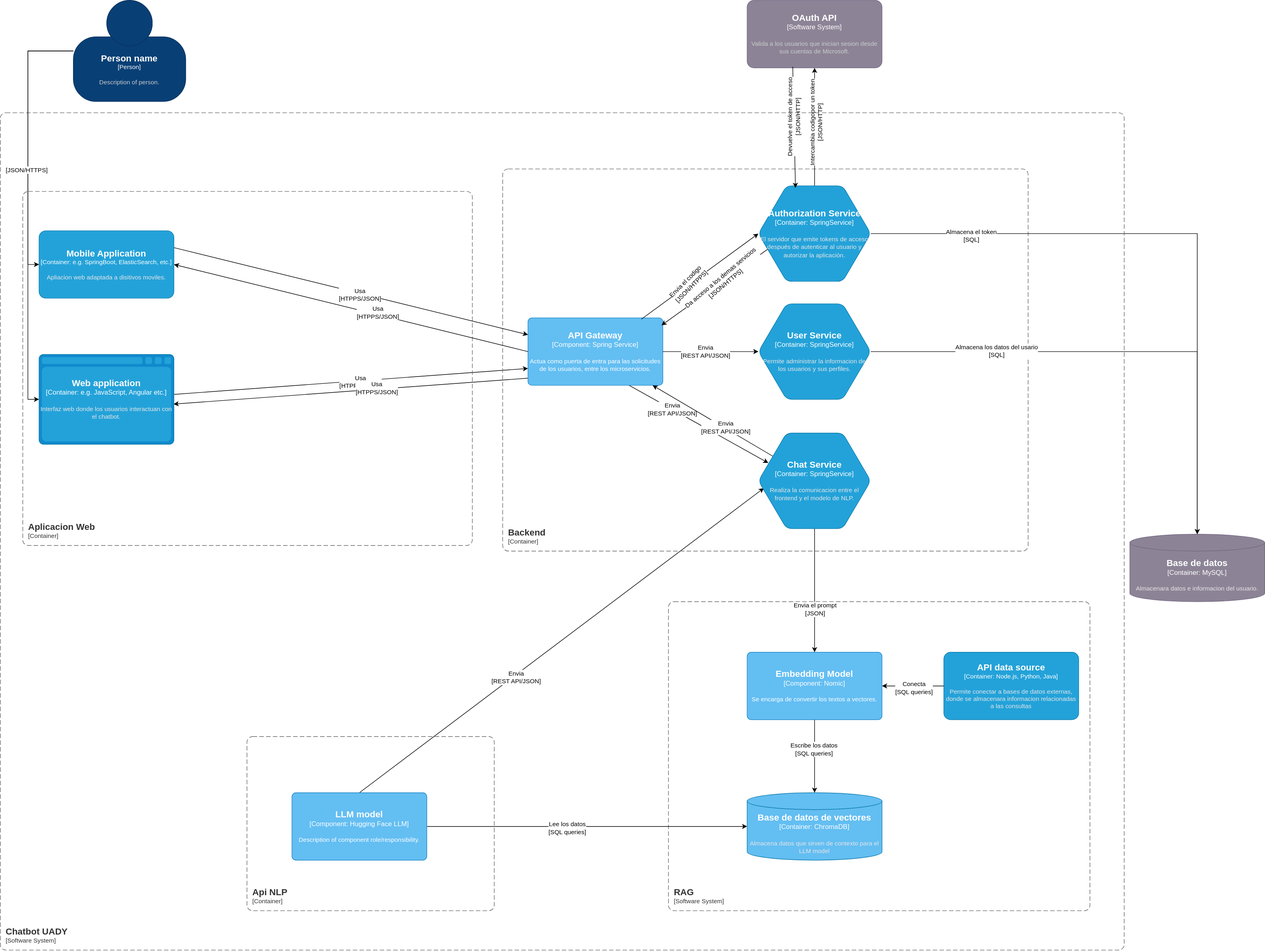
Before: c3 v2.drawio.svg, a diagram exported from draw.io (diego-islas8/Proyecto-FIS). Source tidied: cells renumbered, new cells last; positions are measured from the earlier drawing's top-left corner, leaving out a move shared by most shapes.
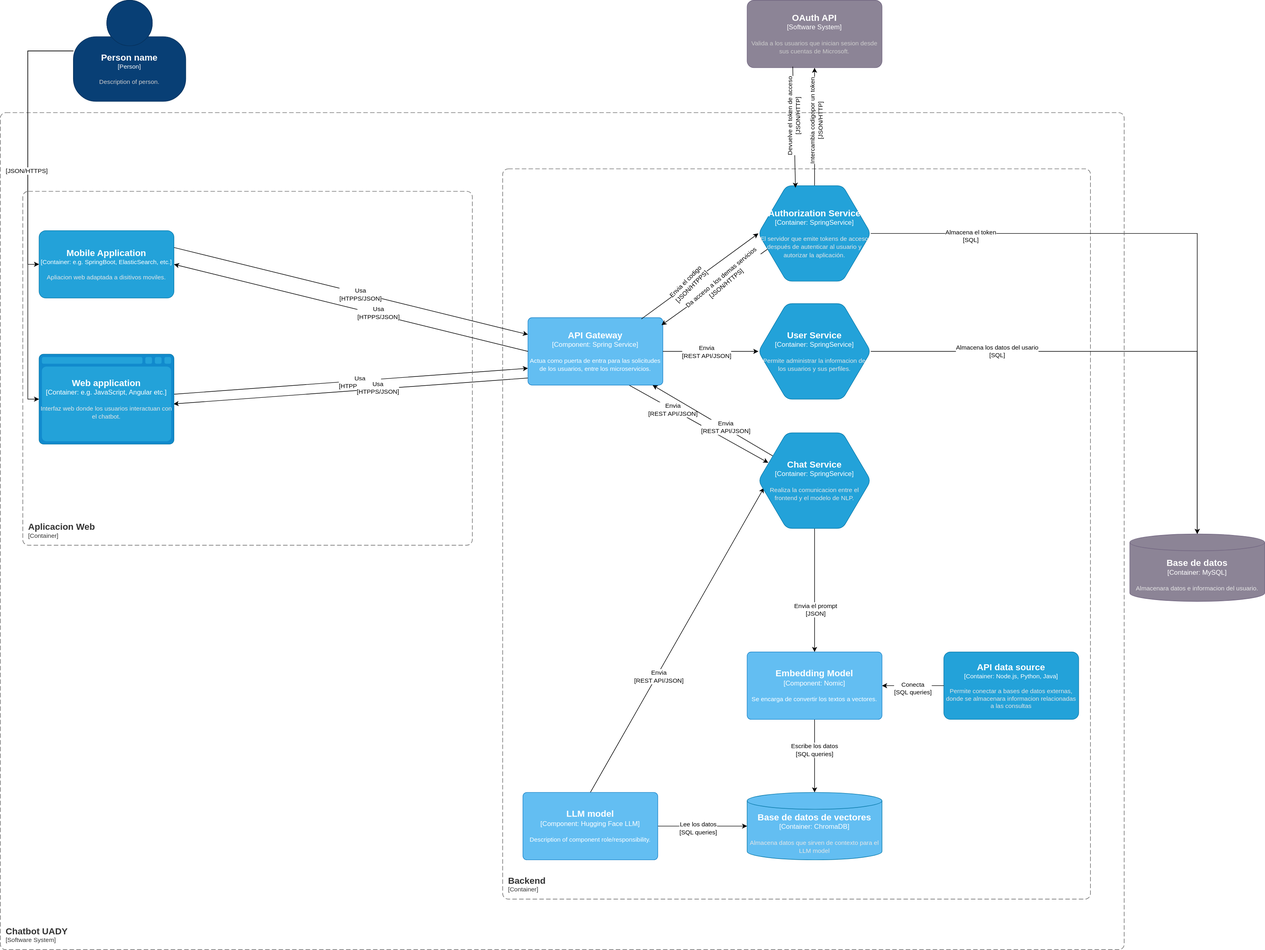
The same file after the commit.

The edit, as a diff of the source:
```diff
@@ -2,11 +2,6 @@
   <root>
     <mxCell id="0" />
     <mxCell id="1" parent="0" />
-    <object id="2" label="&lt;font style=&quot;font-size: 16px&quot;&gt;&lt;b&gt;&lt;div style=&quot;text-align: left&quot;&gt;%c4Name%&lt;/div&gt;&lt;/b&gt;&lt;/font&gt;&lt;div style=&quot;text-align: left&quot;&gt;[%c4Application%]&lt;/div&gt;" c4Application="Software System" c4Name="RAG" c4Type="SystemScopeBoundary" placeholders="1">
-      <mxCell style="rounded=1;fontSize=11;whiteSpace=wrap;html=1;dashed=1;arcSize=20;fillColor=none;strokeColor=#666666;fontColor=#333333;labelBackgroundColor=none;align=left;verticalAlign=bottom;labelBorderColor=none;spacingTop=0;spacing=10;dashPattern=8 4;perimeter=rectanglePerimeter;noLabel=0;labelPadding=0;absoluteArcSize=1;" parent="1" vertex="1">
-        <mxGeometry x="1189" y="1070" width="750" height="550" as="geometry" />
-      </mxCell>
-    </object>
     <mxCell id="3" style="rounded=0;jettySize=auto;html=1;exitX=0.5;exitY=1;exitDx=0;exitDy=0;exitPerimeter=0;entryX=0.5;entryY=0;entryDx=0;entryDy=0;entryPerimeter=0;" parent="1" edge="1" source="12" target="11">
       <mxGeometry relative="1" as="geometry" />
     </mxCell>
@@ -49,17 +44,12 @@
     </mxCell>
     <object id="15" label="&lt;font style=&quot;font-size: 16px&quot;&gt;&lt;b&gt;&lt;div style=&quot;text-align: left&quot;&gt;%c4Name%&lt;/div&gt;&lt;/b&gt;&lt;/font&gt;&lt;div style=&quot;text-align: left&quot;&gt;[%c4Application%]&lt;/div&gt;" c4Application="Container" c4Name="Backend" c4Type="ContainerScopeBoundary" placeholders="1">
       <mxCell style="rounded=1;fontSize=11;whiteSpace=wrap;html=1;dashed=1;arcSize=20;fillColor=none;strokeColor=#666666;fontColor=#333333;labelBackgroundColor=none;align=left;verticalAlign=bottom;labelBorderColor=none;spacingTop=0;spacing=10;dashPattern=8 4;perimeter=rectanglePerimeter;noLabel=0;labelPadding=0;absoluteArcSize=1;" parent="1" vertex="1">
-        <mxGeometry x="894" y="300" width="935" height="680" as="geometry" />
+        <mxGeometry x="894" y="300" width="1046" height="1300" as="geometry" />
       </mxCell>
     </object>
-    <object id="16" label="&lt;font style=&quot;font-size: 16px&quot;&gt;&lt;b&gt;&lt;div style=&quot;text-align: left&quot;&gt;%c4Name%&lt;/div&gt;&lt;/b&gt;&lt;/font&gt;&lt;div style=&quot;text-align: left&quot;&gt;[%c4Application%]&lt;/div&gt;" c4Application="Container" c4Name="Api NLP" c4Type="ContainerScopeBoundary" placeholders="1">
-      <mxCell style="rounded=1;fontSize=11;whiteSpace=wrap;html=1;dashed=1;arcSize=20;fillColor=none;strokeColor=#666666;fontColor=#333333;labelBackgroundColor=none;align=left;verticalAlign=bottom;labelBorderColor=none;spacingTop=0;spacing=10;dashPattern=8 4;perimeter=rectanglePerimeter;noLabel=0;labelPadding=0;absoluteArcSize=1;" parent="1" vertex="1">
-        <mxGeometry x="439" y="1310" width="440" height="310" as="geometry" />
-      </mxCell>
-    </object>
     <object id="17" label="&lt;font style=&quot;font-size: 16px&quot;&gt;&lt;b&gt;%c4Name%&lt;/b&gt;&lt;/font&gt;&lt;div&gt;[%c4Type%: %c4Technology%]&lt;/div&gt;&lt;br&gt;&lt;div&gt;&lt;font style=&quot;font-size: 11px&quot;&gt;%c4Description%&lt;/font&gt;&lt;/div&gt;" c4Description="Description of component role/responsibility." c4Name="LLM model" c4Technology="Hugging Face LLM" c4Type="Component" placeholders="1">
       <mxCell style="rounded=1;whiteSpace=wrap;html=1;labelBackgroundColor=none;fillColor=#63BEF2;fontColor=#ffffff;align=center;arcSize=6;strokeColor=#2086C9;points=[[0.25,0,0],[0.5,0,0],[0.75,0,0],[1,0.25,0],[1,0.5,0],[1,0.75,0],[0.75,1,0],[0.5,1,0],[0.25,1,0],[0,0.75,0],[0,0.5,0],[0,0.25,0]];" parent="1" vertex="1">
-        <mxGeometry x="519" y="1410" width="240" height="120" as="geometry" />
+        <mxGeometry x="930" y="1410" width="240" height="120" as="geometry" />
       </mxCell>
     </object>
     <object id="18" label="&lt;font style=&quot;font-size: 16px&quot;&gt;&lt;b&gt;%c4Name%&lt;/b&gt;&lt;/font&gt;&lt;div&gt;[%c4Type%: %c4Technology%]&lt;/div&gt;&lt;br&gt;&lt;div&gt;&lt;font style=&quot;font-size: 11px&quot;&gt;&lt;font color=&quot;#E6E6E6&quot;&gt;%c4Description%&lt;/font&gt;&lt;/div&gt;" c4Description="Permite conectar a bases de datos externas, donde se almacenara informacion relacionadas a las consultas" c4Name="API data source" c4Technology="Node.js, Python, Java" c4Type="Container" placeholders="1">
```
